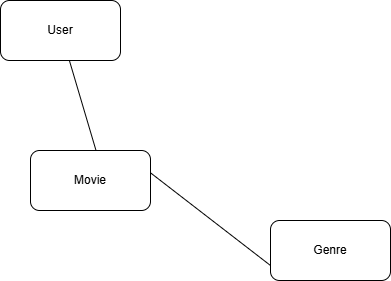
Before: conseptual_desing_movie.drawio.png, a diagram exported from draw.io (jennioksman/movieAssignment). Source tidied: cells renumbered, new cells last; positions are measured from the earlier drawing's top-left corner, leaving out a move shared by most shapes. Its diagram source:
```xml
<mxGraphModel>
  <root>
    <mxCell id="0" />
    <mxCell id="1" parent="0" />
    <mxCell id="2" value="User" style="rounded=1;whiteSpace=wrap;html=1;" parent="1" vertex="1">
      <mxGeometry width="120" height="60" as="geometry" />
    </mxCell>
    <mxCell id="3" style="endArrow=none;html=1;rounded=0;entryX=0.75;entryY=1;entryDx=0;entryDy=0;exitX=0;exitY=0.75;exitDx=0;exitDy=0;" parent="1" edge="1" source="4">
      <mxGeometry relative="1" as="geometry">
        <mxPoint x="147" y="170" as="targetPoint" />
      </mxGeometry>
    </mxCell>
    <mxCell id="4" value="Genre" style="rounded=1;whiteSpace=wrap;html=1;" parent="1" vertex="1">
      <mxGeometry x="270" y="220" width="120" height="60" as="geometry" />
    </mxCell>
    <mxCell id="5" value="Movie" style="rounded=1;whiteSpace=wrap;html=1;" parent="1" vertex="1">
      <mxGeometry x="30" y="150" width="120" height="60" as="geometry" />
    </mxCell>
    <mxCell id="6" style="endArrow=none;html=1;rounded=0;exitX=0;exitY=0.75;exitDx=0;exitDy=0;" parent="1" edge="1" target="2">
      <mxGeometry relative="1" as="geometry">
        <mxPoint x="95.5" y="150" as="sourcePoint" />
      </mxGeometry>
    </mxCell>
  </root>
</mxGraphModel>
```
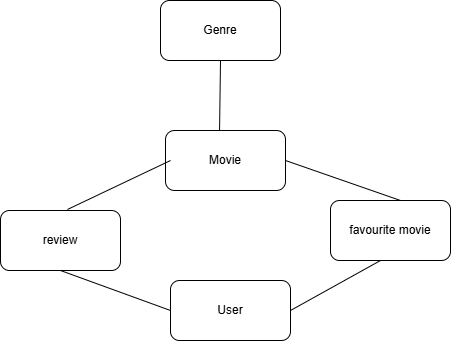
After the commit.

Change to the diagram source:
```diff
@@ -3,23 +3,40 @@
     <mxCell id="0" />
     <mxCell id="1" parent="0" />
     <mxCell id="2" value="User" style="rounded=1;whiteSpace=wrap;html=1;" parent="1" vertex="1">
-      <mxGeometry width="120" height="60" as="geometry" />
+      <mxGeometry x="150" y="200" width="120" height="60" as="geometry" />
     </mxCell>
-    <mxCell id="3" style="endArrow=none;html=1;rounded=0;entryX=0.75;entryY=1;entryDx=0;entryDy=0;exitX=0;exitY=0.75;exitDx=0;exitDy=0;" parent="1" edge="1" source="4">
-      <mxGeometry relative="1" as="geometry">
-        <mxPoint x="147" y="170" as="targetPoint" />
-      </mxGeometry>
+    <mxCell id="3" style="endArrow=none;html=1;rounded=0;exitX=0.5;exitY=1;exitDx=0;exitDy=0;entryX=0.45;entryY=0.067;entryDx=0;entryDy=0;entryPerimeter=0;" parent="1" edge="1" source="4" target="5">
+      <mxGeometry relative="1" as="geometry" />
     </mxCell>
     <mxCell id="4" value="Genre" style="rounded=1;whiteSpace=wrap;html=1;" parent="1" vertex="1">
-      <mxGeometry x="270" y="220" width="120" height="60" as="geometry" />
+      <mxGeometry x="140" y="-80" width="120" height="60" as="geometry" />
     </mxCell>
     <mxCell id="5" value="Movie" style="rounded=1;whiteSpace=wrap;html=1;" parent="1" vertex="1">
-      <mxGeometry x="30" y="150" width="120" height="60" as="geometry" />
+      <mxGeometry x="145" y="50" width="120" height="60" as="geometry" />
     </mxCell>
-    <mxCell id="6" style="endArrow=none;html=1;rounded=0;exitX=0;exitY=0.75;exitDx=0;exitDy=0;" parent="1" edge="1" target="2">
-      <mxGeometry relative="1" as="geometry">
-        <mxPoint x="95.5" y="150" as="sourcePoint" />
-      </mxGeometry>
-    </mxCell>
+    <mxCell id="7" style="endArrow=none;html=1;rounded=0;exitX=0.558;exitY=-0.017;exitDx=0;exitDy=0;exitPerimeter=0;entryX=0.042;entryY=0.5;entryDx=0;entryDy=0;entryPerimeter=0;" parent="1" edge="1" source="8" target="5">
+      <mxGeometry relative="1" as="geometry" />
+    </mxCell>
+    <mxCell id="8" value="review" style="rounded=1;whiteSpace=wrap;html=1;" parent="1" vertex="1">
+      <mxGeometry x="-20" y="130" width="120" height="60" as="geometry" />
+    </mxCell>
+    <mxCell id="9" value="favourite movie" style="rounded=1;whiteSpace=wrap;html=1;" parent="1" vertex="1">
+      <mxGeometry x="310" y="120" width="120" height="60" as="geometry" />
+    </mxCell>
+    <mxCell id="10" style="endArrow=none;html=1;rounded=0;exitX=0;exitY=0.5;exitDx=0;exitDy=0;" parent="1" edge="1" source="2">
+      <mxGeometry relative="1" as="geometry">
+        <mxPoint x="40" y="190" as="targetPoint" />
+      </mxGeometry>
+    </mxCell>
+    <mxCell id="11" style="endArrow=none;html=1;rounded=0;exitX=1;exitY=0.5;exitDx=0;exitDy=0;" parent="1" edge="1" source="2">
+      <mxGeometry relative="1" as="geometry">
+        <mxPoint x="360" y="180" as="targetPoint" />
+      </mxGeometry>
+    </mxCell>
+    <mxCell id="12" style="endArrow=none;html=1;rounded=0;entryX=1;entryY=0.5;entryDx=0;entryDy=0;" parent="1" edge="1" target="5">
+      <mxGeometry relative="1" as="geometry">
+        <mxPoint x="380" y="120" as="sourcePoint" />
+      </mxGeometry>
+    </mxCell>
   </root>
 </mxGraphModel>
```
